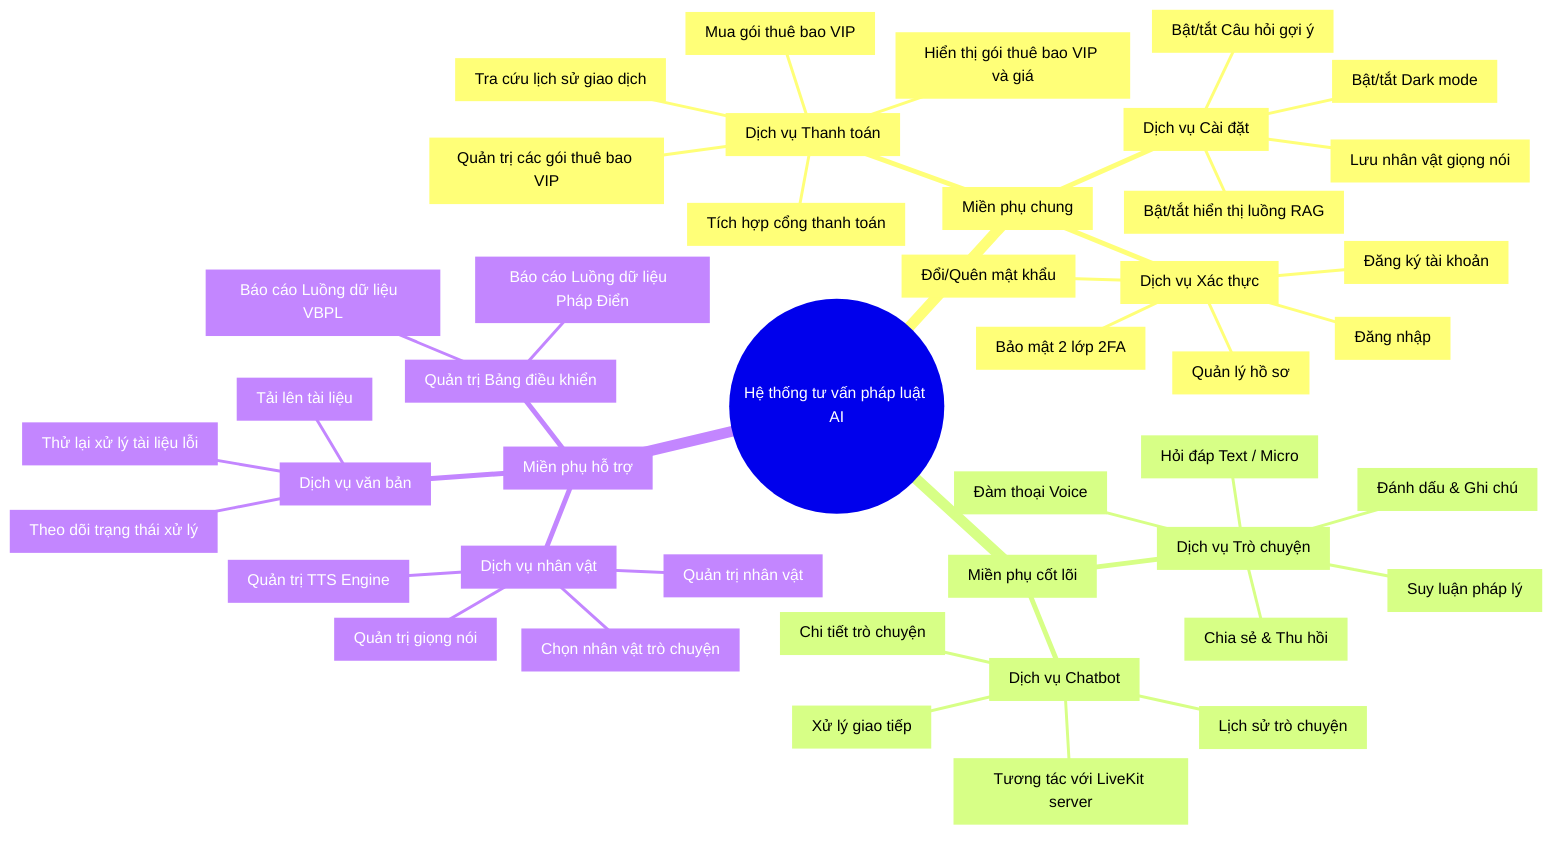
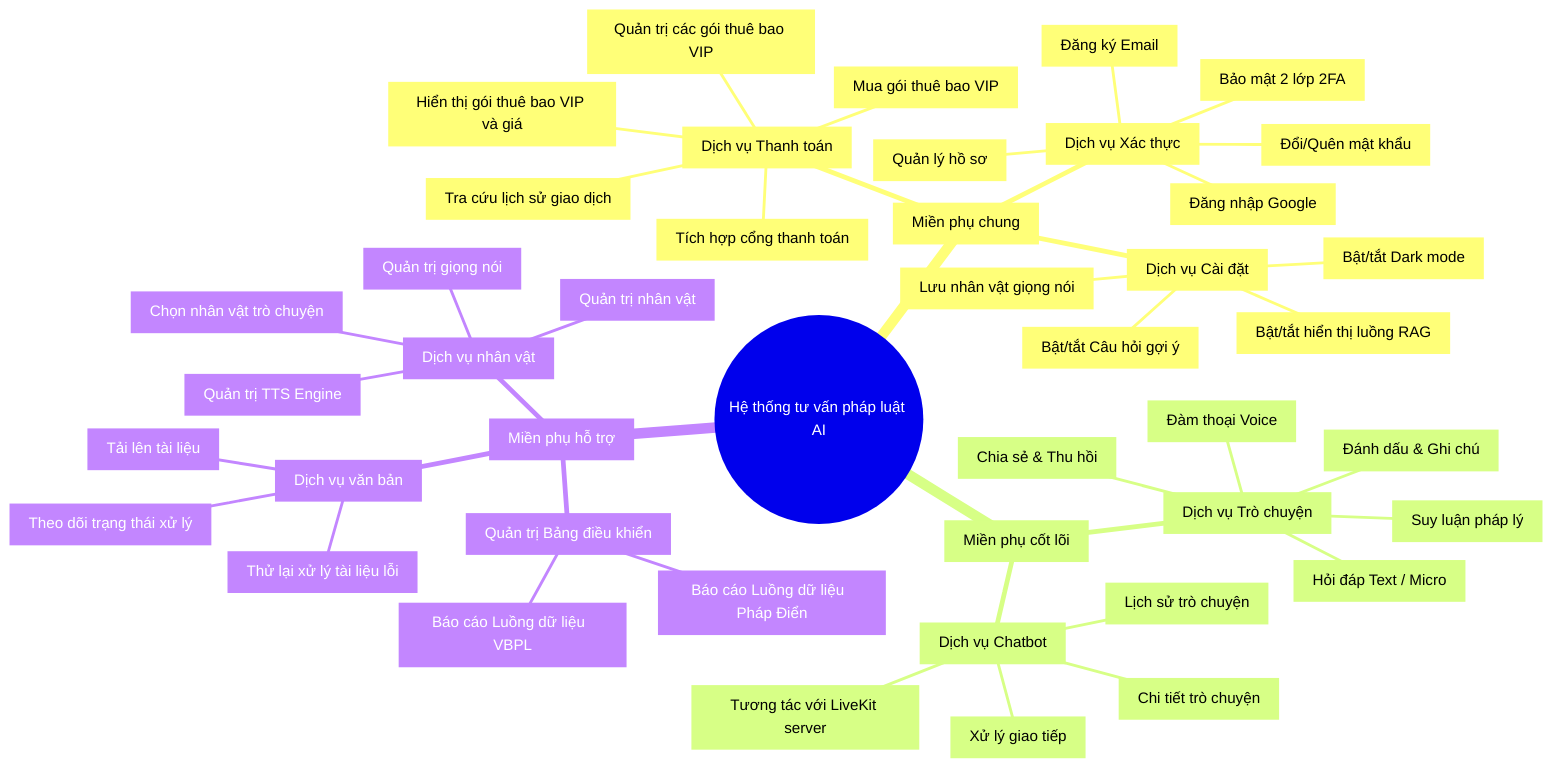
mindmap
  root((Hệ thống tư vấn pháp luật AI))
    Generic["Miền phụ chung"]
      Auth["Dịch vụ Xác thực"]
-         Register["Đăng ký tài khoản"]
-         Login["Đăng nhập"]
+         Register["Đăng ký Email"]
+         Login["Đăng nhập Google"]
        MFA["Bảo mật 2 lớp 2FA"]
        Profile["Quản lý hồ sơ"]
        Password["Đổi/Quên mật khẩu"]
      Settings["Dịch vụ Cài đặt"]
        Voice_Save["Lưu nhân vật giọng nói"]
        DarkMode["Bật/tắt Dark mode"]
        Suggest["Bật/tắt Câu hỏi gợi ý"]
        RAG_View["Bật/tắt hiển thị luồng RAG"]
      Payment["Dịch vụ Thanh toán"]
        View_Price["Hiển thị gói thuê bao VIP và giá"]
        Purchase_VIP["Mua gói thuê bao VIP"]
        Txn_History["Tra cứu lịch sử giao dịch"]
        Manage_Plans["Quản trị các gói thuê bao VIP"]
        Payment_Gateway["Tích hợp cổng thanh toán"]
    Core["Miền phụ cốt lõi"]
      Conversation["Dịch vụ Trò chuyện"]
        Chat["Hỏi đáp Text / Micro"]
        Bookmark["Đánh dấu & Ghi chú"]
        Share["Chia sẻ & Thu hồi"]
        Reasoning["Suy luận pháp lý"]
        VoiceChat["Đàm thoại Voice"]
      Chatbot["Dịch vụ Chatbot"]
        Chatbot_Comm["Xử lý giao tiếp"]
        Chatbot_Hist["Lịch sử trò chuyện"]
        Chatbot_Detail["Chi tiết trò chuyện"]
        LiveKit["Tương tác với LiveKit server"]
    Supporting["Miền phụ hỗ trợ"]
      Document["Dịch vụ văn bản"]
        Upload_Doc["Tải lên tài liệu"]
        Doc_Status["Theo dõi trạng thái xử lý"]
        Retry_Doc["Thử lại xử lý tài liệu lỗi"]
      Persona["Dịch vụ nhân vật"]
        Select["Chọn nhân vật trò chuyện"]
        Manage_Persona["Quản trị nhân vật"]
        Manage_TTS_Engine["Quản trị TTS Engine"]
        Manage_Voice["Quản trị giọng nói"]
      Dashboard["Quản trị Bảng điều khiển"]
        VBPL_Pipeline["Báo cáo Luồng dữ liệu  VBPL"]
        PhapDien_Pipeline["Báo cáo Luồng dữ liệu  Pháp Điển"]
